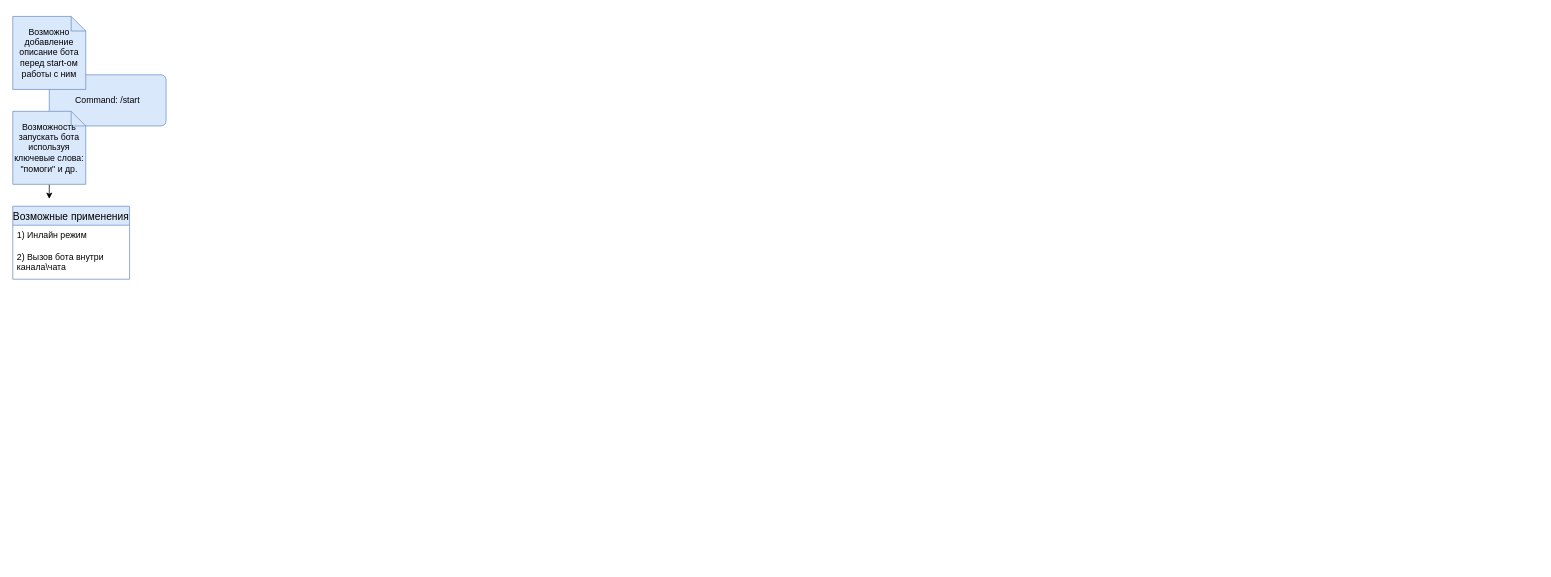
Before: тренировочная диаграмма.drawio in Lutanist228/saved_diagrams, a draw.io diagram. Source tidied: cells renumbered, new cells numbered last; positions are measured from the earlier drawing's top-left corner, leaving out a move shared by most shapes. Both pictures are drawn from the tidied source at 73%, with x=0, y=0 at pixel (12, 16).
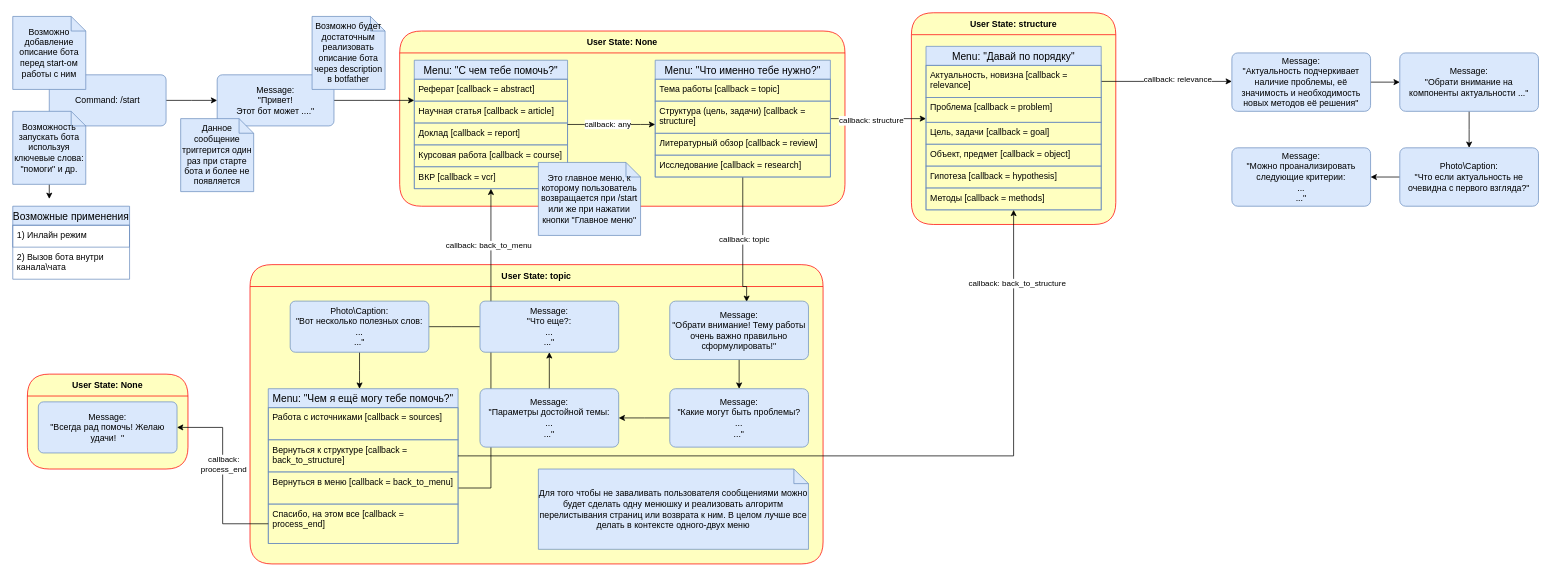
Above is the later version.

Unchanged cells that the change refers to:
```xml
<mxCell id="2" value="Command: /start" style="rounded=1;arcSize=10;whiteSpace=wrap;html=1;align=center;fillColor=#dae8fc;strokeColor=#6c8ebf;gradientColor=none;" parent="1" vertex="1">
  <mxGeometry x="50" y="80" width="160" height="70" as="geometry" />
</mxCell>
<mxCell id="6" value="Возможные применения" style="swimlane;fontStyle=0;horizontal=1;startSize=26;align=center;fontSize=14;fillColor=#dae8fc;strokeColor=#6c8ebf;" parent="1" vertex="1">
  <mxGeometry y="260" width="160" height="100" as="geometry" />
</mxCell>
```

The edit, as a diff of the source:
```diff
@@
+    <mxCell id="9" value="User State: None" style="swimlane;fontStyle=1;align=center;verticalAlign=middle;horizontal=1;startSize=30;fontColor=#000000;rounded=1;arcSize=50;strokeColor=#ff0000;fillColor=#ffffc0;swimlaneFillColor=#ffffc0;" parent="1" vertex="1">
+      <mxGeometry x="20" y="490" width="220" height="130" as="geometry" />
+    </mxCell>
+    <mxCell id="10" value="User State: topic" style="swimlane;fontStyle=1;align=center;verticalAlign=middle;horizontal=1;startSize=30;fontColor=#000000;rounded=1;arcSize=50;strokeColor=#ff0000;fillColor=#ffffc0;swimlaneFillColor=#ffffc0;" parent="1" vertex="1">
+      <mxGeometry x="325" y="340" width="785" height="410" as="geometry" />
+    </mxCell>
+    <mxCell id="11" value="User State: None" style="swimlane;fontStyle=1;align=center;verticalAlign=middle;horizontal=1;startSize=30;fontColor=#000000;rounded=1;arcSize=50;strokeColor=#ff0000;fillColor=#ffffc0;swimlaneFillColor=#ffffc0;" parent="1" vertex="1">
+      <mxGeometry x="530" y="20" width="610" height="240" as="geometry" />
+    </mxCell>
+    <mxCell id="12" style="edgeStyle=orthogonalEdgeStyle;rounded=0;jettySize=auto;html=1;" parent="1" edge="1" source="60" target="19">
+      <mxGeometry relative="1" as="geometry" />
+    </mxCell>
+    <mxCell id="13" value="callback: back_to_menu&lt;br&gt;" style="edgeLabel;html=1;align=center;verticalAlign=middle;" parent="12" vertex="1">
+      <mxGeometry x="0.66" y="4" relative="1" as="geometry" />
+    </mxCell>
+    <mxCell id="14" style="edgeStyle=orthogonalEdgeStyle;rounded=0;jettySize=auto;html=1;" parent="1" edge="1" source="2">
+      <mxGeometry relative="1" as="geometry">
+        <mxPoint x="280" y="115" as="targetPoint" />
+      </mxGeometry>
+    </mxCell>
@@
-    <mxCell id="7" value="1) Инлайн режим" style="text;strokeColor=none;fillColor=none;spacingLeft=4;spacingRight=4;overflow=hidden;fontSize=12;whiteSpace=wrap;html=1;" parent="6" vertex="1">
+    <mxCell id="7" value="1) Инлайн режим" style="text;strokeColor=#6c8ebf;fillColor=none;spacingLeft=4;spacingRight=4;overflow=hidden;fontSize=12;whiteSpace=wrap;html=1;" parent="6" vertex="1">
       <mxGeometry y="26" width="160" height="30" as="geometry" />
     </mxCell>
@@
+    <mxCell id="15" style="edgeStyle=orthogonalEdgeStyle;rounded=0;jettySize=auto;html=1;" parent="1" edge="1" source="16">
+      <mxGeometry relative="1" as="geometry">
+        <mxPoint x="550" y="115" as="targetPoint" />
+      </mxGeometry>
+    </mxCell>
+    <mxCell id="16" value="Message:&lt;br&gt;&quot;Привет!&lt;br&gt;Этот бот может ....&quot;" style="rounded=1;arcSize=10;whiteSpace=wrap;html=1;align=center;fillColor=#dae8fc;strokeColor=#6c8ebf;gradientColor=none;" parent="1" vertex="1">
+      <mxGeometry x="280" y="80" width="160" height="70" as="geometry" />
+    </mxCell>
+    <mxCell id="17" value="Данное сообщение триггерится один раз при старте бота и более не появляется" style="shape=note;size=20;whiteSpace=wrap;html=1;fillColor=#dae8fc;strokeColor=#6c8ebf;" parent="1" vertex="1">
+      <mxGeometry x="230" y="140" width="100" height="100" as="geometry" />
+    </mxCell>
+    <mxCell id="18" value="Возможно будет достаточным реализовать описание бота через description в botfather" style="shape=note;size=20;whiteSpace=wrap;html=1;fillColor=#dae8fc;strokeColor=#6c8ebf;" parent="1" vertex="1">
+      <mxGeometry x="410" width="100" height="100" as="geometry" />
+    </mxCell>
+    <mxCell id="19" value="Menu: &quot;С чем тебе помочь?&quot;" style="swimlane;fontStyle=0;horizontal=1;startSize=26;align=center;fontSize=14;fillColor=#dae8fc;strokeColor=#6c8ebf;" parent="1" vertex="1">
+      <mxGeometry x="550" y="60" width="210" height="176" as="geometry" />
+    </mxCell>
+    <mxCell id="20" value="Реферат [callback = abstract]" style="text;strokeColor=#6c8ebf;fillColor=none;spacingLeft=4;spacingRight=4;overflow=hidden;fontSize=12;whiteSpace=wrap;html=1;" parent="19" vertex="1">
+      <mxGeometry y="26" width="210" height="30" as="geometry" />
+    </mxCell>
+    <mxCell id="21" value="Научная статья [callback = article]" style="text;strokeColor=#6c8ebf;fillColor=none;spacingLeft=4;spacingRight=4;overflow=hidden;fontSize=12;whiteSpace=wrap;html=1;" parent="19" vertex="1">
+      <mxGeometry y="56" width="210" height="30" as="geometry" />
+    </mxCell>
+    <mxCell id="22" value="Доклад [callback = report]" style="text;strokeColor=#6c8ebf;fillColor=none;spacingLeft=4;spacingRight=4;overflow=hidden;fontSize=12;whiteSpace=wrap;html=1;" parent="19" vertex="1">
+      <mxGeometry y="86" width="210" height="30" as="geometry" />
+    </mxCell>
+    <mxCell id="23" value="Курсовая работа [callback = course]" style="text;strokeColor=#6c8ebf;fillColor=none;spacingLeft=4;spacingRight=4;overflow=hidden;fontSize=12;whiteSpace=wrap;html=1;" parent="19" vertex="1">
+      <mxGeometry y="116" width="210" height="30" as="geometry" />
+    </mxCell>
+    <mxCell id="24" value="ВКР [callback = vcr]" style="text;strokeColor=#6c8ebf;fillColor=none;spacingLeft=4;spacingRight=4;overflow=hidden;fontSize=12;whiteSpace=wrap;html=1;" parent="19" vertex="1">
+      <mxGeometry y="146" width="210" height="30" as="geometry" />
+    </mxCell>
+    <mxCell id="25" value="Это главное меню, к которому пользователь возвращается при /start или же при нажатии кнопки &quot;Главное меню&quot;" style="shape=note;size=20;whiteSpace=wrap;html=1;fillColor=#dae8fc;strokeColor=#6c8ebf;" parent="1" vertex="1">
+      <mxGeometry x="720" y="200" width="140" height="100" as="geometry" />
+    </mxCell>
+    <mxCell id="26" value="User State: structure" style="swimlane;fontStyle=1;align=center;verticalAlign=middle;horizontal=1;startSize=30;fontColor=#000000;rounded=1;arcSize=50;strokeColor=#ff0000;fillColor=#ffffc0;swimlaneFillColor=#ffffc0;" parent="1" vertex="1">
+      <mxGeometry x="1231" y="-5" width="280" height="290" as="geometry" />
+    </mxCell>
+    <mxCell id="27" style="edgeStyle=orthogonalEdgeStyle;rounded=0;jettySize=auto;html=1;" parent="1" edge="1" source="31" target="36">
+      <mxGeometry relative="1" as="geometry">
+        <Array as="points">
+          <mxPoint x="1190" y="140" />
+          <mxPoint x="1190" y="140" />
+        </Array>
+      </mxGeometry>
+    </mxCell>
+    <mxCell id="28" value="callback: structure&lt;br&gt;" style="edgeLabel;html=1;align=center;verticalAlign=middle;" parent="27" vertex="1">
+      <mxGeometry x="-0.16" y="-2" relative="1" as="geometry" />
+    </mxCell>
+    <mxCell id="29" style="edgeStyle=orthogonalEdgeStyle;rounded=0;jettySize=auto;html=1;entryX=0.554;entryY=0.013;entryDx=0;entryDy=0;entryPerimeter=0;" parent="1" edge="1" source="31" target="48">
+      <mxGeometry relative="1" as="geometry">
+        <Array as="points">
+          <mxPoint x="1000" y="370" />
+          <mxPoint x="1005" y="370" />
+        </Array>
+      </mxGeometry>
+    </mxCell>
+    <mxCell id="30" value="callback: topic&lt;br&gt;" style="edgeLabel;html=1;align=center;verticalAlign=middle;" parent="29" vertex="1">
+      <mxGeometry x="-0.04" y="1" relative="1" as="geometry" />
+    </mxCell>
+    <mxCell id="31" value="Menu: &quot;Что именно тебе нужно?&quot;" style="swimlane;fontStyle=0;horizontal=1;startSize=26;align=center;fontSize=14;fillColor=#dae8fc;strokeColor=#6c8ebf;" parent="1" vertex="1">
+      <mxGeometry x="880" y="60" width="240" height="160" as="geometry" />
+    </mxCell>
+    <mxCell id="32" value="Тема работы [callback = topic]" style="text;strokeColor=#6c8ebf;fillColor=none;spacingLeft=4;spacingRight=4;overflow=hidden;fontSize=12;whiteSpace=wrap;html=1;" parent="31" vertex="1">
+      <mxGeometry y="26" width="240" height="30" as="geometry" />
+    </mxCell>
+    <mxCell id="33" value="Структура (цель, задачи) [callback = structure]" style="text;strokeColor=#6c8ebf;fillColor=none;spacingLeft=4;spacingRight=4;overflow=hidden;fontSize=12;whiteSpace=wrap;html=1;" parent="31" vertex="1">
+      <mxGeometry y="56" width="240" height="44" as="geometry" />
+    </mxCell>
+    <mxCell id="34" value="Литературный обзор [callback = review]" style="text;strokeColor=#6c8ebf;fillColor=none;spacingLeft=4;spacingRight=4;overflow=hidden;fontSize=12;whiteSpace=wrap;html=1;" parent="31" vertex="1">
+      <mxGeometry y="100" width="240" height="30" as="geometry" />
+    </mxCell>
+    <mxCell id="35" value="Исследование [callback = research]&amp;nbsp;" style="text;strokeColor=#6c8ebf;fillColor=none;spacingLeft=4;spacingRight=4;overflow=hidden;fontSize=12;whiteSpace=wrap;html=1;" parent="31" vertex="1">
+      <mxGeometry y="130" width="240" height="30" as="geometry" />
+    </mxCell>
+    <mxCell id="36" value="Menu: &quot;Давай по порядку&quot;" style="swimlane;fontStyle=0;horizontal=1;startSize=26;align=center;fontSize=14;fillColor=#dae8fc;strokeColor=#6c8ebf;" parent="1" vertex="1">
+      <mxGeometry x="1251" y="41" width="240" height="224" as="geometry" />
+    </mxCell>
+    <mxCell id="37" style="edgeStyle=orthogonalEdgeStyle;rounded=0;jettySize=auto;html=1;" parent="36" edge="1" source="39">
+      <mxGeometry relative="1" as="geometry">
+        <mxPoint x="419" y="48" as="targetPoint" />
+      </mxGeometry>
+    </mxCell>
+    <mxCell id="38" value="callback: relevance" style="edgeLabel;html=1;align=center;verticalAlign=middle;" parent="37" vertex="1">
+      <mxGeometry x="0.17" y="3" relative="1" as="geometry" />
+    </mxCell>
+    <mxCell id="39" value="Актуальность, новизна [callback = relevance]&amp;nbsp;" style="text;strokeColor=#6c8ebf;fillColor=none;spacingLeft=4;spacingRight=4;overflow=hidden;points=[[0,0.5],[1,0.5]];portConstraint=eastwest;fontSize=12;whiteSpace=wrap;html=1;" parent="36" vertex="1">
+      <mxGeometry y="26" width="240" height="44" as="geometry" />
+    </mxCell>
+    <mxCell id="40" value="Проблема [callback = problem]" style="text;strokeColor=#6c8ebf;fillColor=none;spacingLeft=4;spacingRight=4;overflow=hidden;fontSize=12;whiteSpace=wrap;html=1;" parent="36" vertex="1">
+      <mxGeometry y="70" width="240" height="34" as="geometry" />
+    </mxCell>
+    <mxCell id="41" value="Цель, задачи [callback = goal]" style="text;strokeColor=#6c8ebf;fillColor=none;spacingLeft=4;spacingRight=4;overflow=hidden;fontSize=12;whiteSpace=wrap;html=1;" parent="36" vertex="1">
+      <mxGeometry y="104" width="240" height="30" as="geometry" />
+    </mxCell>
+    <mxCell id="42" value="Объект, предмет [callback = object]" style="text;strokeColor=#6c8ebf;fillColor=none;spacingLeft=4;spacingRight=4;overflow=hidden;fontSize=12;whiteSpace=wrap;html=1;" parent="36" vertex="1">
+      <mxGeometry y="134" width="240" height="30" as="geometry" />
+    </mxCell>
+    <mxCell id="43" value="Гипотеза [callback =&amp;nbsp;hypothesis]" style="text;strokeColor=#6c8ebf;fillColor=none;spacingLeft=4;spacingRight=4;overflow=hidden;fontSize=12;whiteSpace=wrap;html=1;" parent="36" vertex="1">
+      <mxGeometry y="164" width="240" height="30" as="geometry" />
+    </mxCell>
+    <mxCell id="44" value="Методы [callback = methods]" style="text;strokeColor=#6c8ebf;fillColor=none;spacingLeft=4;spacingRight=4;overflow=hidden;fontSize=12;whiteSpace=wrap;html=1;" parent="36" vertex="1">
+      <mxGeometry y="194" width="240" height="30" as="geometry" />
+    </mxCell>
+    <mxCell id="45" style="edgeStyle=orthogonalEdgeStyle;rounded=0;jettySize=auto;html=1;" parent="1" edge="1" source="19" target="31">
+      <mxGeometry relative="1" as="geometry">
+        <Array as="points">
+          <mxPoint x="860" y="148" />
+          <mxPoint x="860" y="148" />
+        </Array>
+      </mxGeometry>
+    </mxCell>
+    <mxCell id="46" value="callback: any" style="edgeLabel;html=1;align=center;verticalAlign=middle;" parent="45" vertex="1">
+      <mxGeometry x="-0.1" y="1" relative="1" as="geometry" />
+    </mxCell>
+    <mxCell id="47" style="edgeStyle=orthogonalEdgeStyle;rounded=0;jettySize=auto;html=1;entryX=0.5;entryY=0;entryDx=0;entryDy=0;" parent="1" edge="1" source="48" target="50">
+      <mxGeometry relative="1" as="geometry" />
+    </mxCell>
+    <mxCell id="48" value="Message:&lt;br&gt;&quot;Обрати внимание! Тему работы очень важно правильно сформулировать!&quot;" style="rounded=1;arcSize=10;whiteSpace=wrap;html=1;align=center;fillColor=#dae8fc;strokeColor=#6c8ebf;gradientColor=none;" parent="1" vertex="1">
+      <mxGeometry x="900" y="390" width="190" height="80" as="geometry" />
+    </mxCell>
+    <mxCell id="49" style="edgeStyle=orthogonalEdgeStyle;rounded=0;jettySize=auto;html=1;" parent="1" edge="1" source="50">
+      <mxGeometry relative="1" as="geometry">
+        <mxPoint x="830" y="550" as="targetPoint" />
+      </mxGeometry>
+    </mxCell>
+    <mxCell id="50" value="Message:&lt;br&gt;&quot;Какие могут быть проблемы?&lt;br&gt;...&lt;br&gt;...&quot;" style="rounded=1;arcSize=10;whiteSpace=wrap;html=1;align=center;fillColor=#dae8fc;strokeColor=#6c8ebf;gradientColor=none;" parent="1" vertex="1">
+      <mxGeometry x="900" y="510" width="190" height="80" as="geometry" />
+    </mxCell>
+    <mxCell id="51" style="edgeStyle=orthogonalEdgeStyle;rounded=0;jettySize=auto;html=1;entryX=0.5;entryY=1;entryDx=0;entryDy=0;" parent="1" edge="1" source="52" target="54">
+      <mxGeometry relative="1" as="geometry" />
+    </mxCell>
+    <mxCell id="52" value="Message:&lt;br&gt;&quot;Параметры достойной темы:&lt;br&gt;...&lt;br&gt;...&quot;" style="rounded=1;arcSize=10;whiteSpace=wrap;html=1;align=center;fillColor=#dae8fc;strokeColor=#6c8ebf;gradientColor=none;" parent="1" vertex="1">
+      <mxGeometry x="640" y="510" width="190" height="80" as="geometry" />
+    </mxCell>
+    <mxCell id="53" style="edgeStyle=orthogonalEdgeStyle;rounded=0;jettySize=auto;html=1;" parent="1" edge="1" source="54">
+      <mxGeometry relative="1" as="geometry">
+        <mxPoint x="560" y="425" as="targetPoint" />
+      </mxGeometry>
+    </mxCell>
+    <mxCell id="54" value="Message:&lt;br&gt;&quot;Что еще?:&lt;br&gt;...&lt;br&gt;...&quot;" style="rounded=1;arcSize=10;whiteSpace=wrap;html=1;align=center;fillColor=#dae8fc;strokeColor=#6c8ebf;gradientColor=none;" parent="1" vertex="1">
+      <mxGeometry x="640" y="390" width="190" height="70" as="geometry" />
+    </mxCell>
+    <mxCell id="55" style="edgeStyle=orthogonalEdgeStyle;rounded=0;jettySize=auto;html=1;entryX=0.5;entryY=0;entryDx=0;entryDy=0;" parent="1" edge="1" source="56">
+      <mxGeometry relative="1" as="geometry">
+        <mxPoint x="475" y="510" as="targetPoint" />
+      </mxGeometry>
+    </mxCell>
+    <mxCell id="56" value="Photo\Caption:&lt;br&gt;&quot;Вот несколько полезных слов:&lt;br&gt;...&lt;br&gt;...&quot;" style="rounded=1;arcSize=10;whiteSpace=wrap;html=1;align=center;fillColor=#dae8fc;strokeColor=#6c8ebf;gradientColor=none;" parent="1" vertex="1">
+      <mxGeometry x="380" y="390" width="190" height="70" as="geometry" />
+    </mxCell>
+    <mxCell id="57" value="Menu: &quot;Чем я ещё могу тебе помочь?&quot;" style="swimlane;fontStyle=0;horizontal=1;startSize=26;align=center;fontSize=14;fillColor=#dae8fc;strokeColor=#6c8ebf;" parent="1" vertex="1">
+      <mxGeometry x="350" y="510" width="260" height="212" as="geometry" />
+    </mxCell>
+    <mxCell id="58" value="Работа с источниками [callback = sources]" style="text;strokeColor=#6c8ebf;fillColor=none;spacingLeft=4;spacingRight=4;overflow=hidden;fontSize=12;whiteSpace=wrap;html=1;" parent="57" vertex="1">
+      <mxGeometry y="26" width="260" height="44" as="geometry" />
+    </mxCell>
+    <mxCell id="59" value="Вернуться к структуре [callback = back_to_structure]" style="text;strokeColor=#6c8ebf;fillColor=none;spacingLeft=4;spacingRight=4;overflow=hidden;points=[[0,0.5],[1,0.5]];portConstraint=eastwest;fontSize=12;whiteSpace=wrap;html=1;" parent="57" vertex="1">
+      <mxGeometry y="70" width="260" height="44" as="geometry" />
+    </mxCell>
+    <mxCell id="60" value="Вернуться в меню [callback = back_to_menu]" style="text;strokeColor=#6c8ebf;fillColor=none;spacingLeft=4;spacingRight=4;overflow=hidden;points=[[0,0.5],[1,0.5]];portConstraint=eastwest;fontSize=12;whiteSpace=wrap;html=1;" parent="57" vertex="1">
+      <mxGeometry y="114" width="260" height="44" as="geometry" />
+    </mxCell>
+    <mxCell id="61" value="Спасибо, на этом все [callback = process_end]" style="text;strokeColor=#6c8ebf;fillColor=none;spacingLeft=4;spacingRight=4;overflow=hidden;points=[[0,0.5],[1,0.5]];portConstraint=eastwest;fontSize=12;whiteSpace=wrap;html=1;" parent="57" vertex="1">
+      <mxGeometry y="158" width="260" height="54" as="geometry" />
+    </mxCell>
+    <mxCell id="62" value="Message:&lt;br&gt;&quot;Всегда рад помочь! Желаю удачи!&amp;nbsp; &quot;" style="rounded=1;arcSize=10;whiteSpace=wrap;html=1;align=center;fillColor=#dae8fc;strokeColor=#6c8ebf;gradientColor=none;" parent="1" vertex="1">
+      <mxGeometry x="35" y="528" width="190" height="70" as="geometry" />
+    </mxCell>
+    <mxCell id="63" style="edgeStyle=orthogonalEdgeStyle;rounded=0;jettySize=auto;html=1;entryX=1;entryY=0.5;entryDx=0;entryDy=0;" parent="1" edge="1" source="61" target="62">
+      <mxGeometry relative="1" as="geometry" />
+    </mxCell>
+    <mxCell id="64" value="callback: &lt;br&gt;process_end" style="edgeLabel;html=1;align=center;verticalAlign=middle;" parent="63" vertex="1">
+      <mxGeometry x="0.12" y="-1" relative="1" as="geometry" />
+    </mxCell>
+    <mxCell id="65" style="edgeStyle=orthogonalEdgeStyle;rounded=0;jettySize=auto;html=1;" parent="1" edge="1" source="59" target="36">
+      <mxGeometry relative="1" as="geometry" />
+    </mxCell>
+    <mxCell id="66" value="callback: back_to_structure&lt;br&gt;" style="edgeLabel;html=1;align=center;verticalAlign=middle;" parent="65" vertex="1">
+      <mxGeometry x="0.82" y="-4" relative="1" as="geometry">
+        <mxPoint y="1" as="offset" />
+      </mxGeometry>
+    </mxCell>
+    <mxCell id="67" value="Для того чтобы не заваливать пользователя сообщениями можно будет сделать одну менюшку и реализовать алгоритм перелистывания страниц или возврата к ним. В целом лучше все делать в контексте одного-двух меню" style="shape=note;size=20;whiteSpace=wrap;html=1;fillColor=#dae8fc;strokeColor=#6c8ebf;" parent="1" vertex="1">
+      <mxGeometry x="720" y="620" width="370" height="110" as="geometry" />
+    </mxCell>
+    <mxCell id="68" style="edgeStyle=orthogonalEdgeStyle;rounded=0;jettySize=auto;html=1;entryX=0;entryY=0.5;entryDx=0;entryDy=0;" parent="1" edge="1" source="69" target="71">
+      <mxGeometry relative="1" as="geometry" />
+    </mxCell>
+    <mxCell id="69" value="Message:&lt;br&gt;&quot;Актуальность подчеркивает наличие проблемы, её значимость и необходимость новых методов её решения&quot;" style="rounded=1;arcSize=10;whiteSpace=wrap;html=1;align=center;fillColor=#dae8fc;strokeColor=#6c8ebf;gradientColor=none;" parent="1" vertex="1">
+      <mxGeometry x="1670" y="50" width="190" height="80" as="geometry" />
+    </mxCell>
+    <mxCell id="70" style="edgeStyle=orthogonalEdgeStyle;rounded=0;jettySize=auto;html=1;" parent="1" edge="1" source="71">
+      <mxGeometry relative="1" as="geometry">
+        <mxPoint x="1995" y="180" as="targetPoint" />
+      </mxGeometry>
+    </mxCell>
+    <mxCell id="71" value="Message:&lt;br&gt;&quot;Обрати внимание на компоненты актуальности ...&quot;" style="rounded=1;arcSize=10;whiteSpace=wrap;html=1;align=center;fillColor=#dae8fc;strokeColor=#6c8ebf;gradientColor=none;" parent="1" vertex="1">
+      <mxGeometry x="1900" y="50" width="190" height="80" as="geometry" />
+    </mxCell>
+    <mxCell id="72" style="edgeStyle=orthogonalEdgeStyle;rounded=0;jettySize=auto;html=1;entryX=1;entryY=0.5;entryDx=0;entryDy=0;" parent="1" edge="1" source="73" target="74">
+      <mxGeometry relative="1" as="geometry" />
+    </mxCell>
+    <mxCell id="73" value="Photo\Caption:&lt;br&gt;&quot;Что если актуальность не очевидна с первого взгляда?&quot;" style="rounded=1;arcSize=10;whiteSpace=wrap;html=1;align=center;fillColor=#dae8fc;strokeColor=#6c8ebf;gradientColor=none;" parent="1" vertex="1">
+      <mxGeometry x="1900" y="180" width="190" height="80" as="geometry" />
+    </mxCell>
+    <mxCell id="74" value="Message:&lt;br&gt;&quot;Можно проанализировать следующие критерии:&lt;br&gt;...&lt;br&gt;...&quot;" style="rounded=1;arcSize=10;whiteSpace=wrap;html=1;align=center;fillColor=#dae8fc;strokeColor=#6c8ebf;gradientColor=none;" parent="1" vertex="1">
+      <mxGeometry x="1670" y="180" width="190" height="80" as="geometry" />
+    </mxCell>
```
